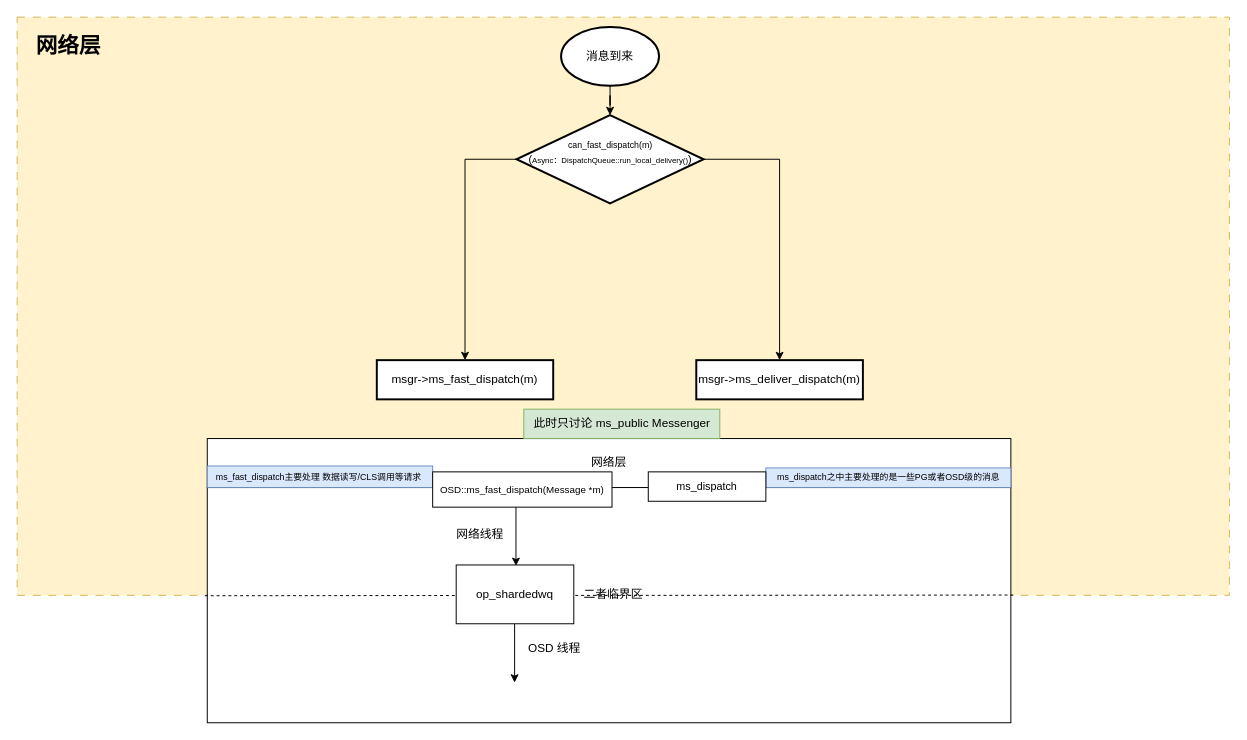
This is OSD.drawio from 1253757553/drawIO, a draw.io file, before an edit. Source tidied: cells renumbered, new cells numbered last; positions are measured from the earlier drawing's top-left corner, leaving out a move shared by most shapes. Both pictures are drawn from the tidied source at 98%, with x=0, y=0 at pixel (17, 17).
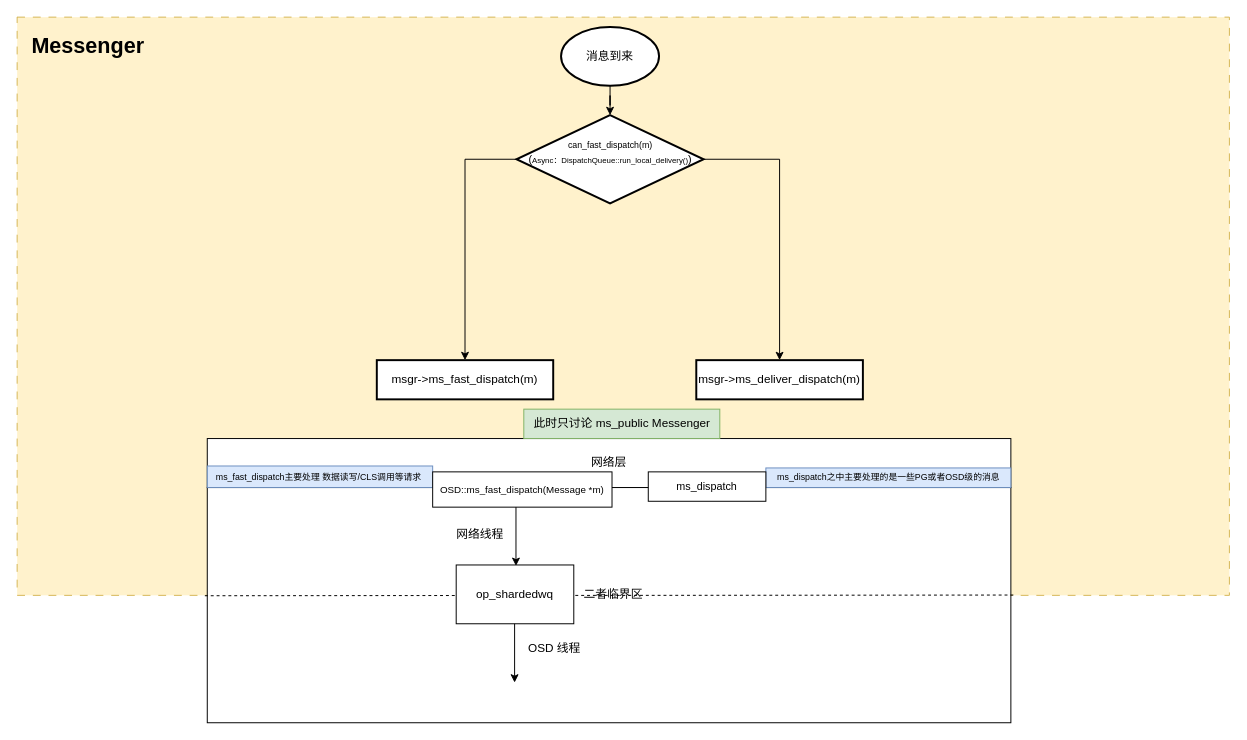
After the change.

Diff of the diagram source:
```diff
@@
-    <mxCell id="25" value="网络层" style="text;html=1;align=center;verticalAlign=middle;strokeColor=none;fillColor=none;fontSize=22;fontStyle=1;" parent="1" vertex="1">
-      <mxGeometry x="7" y="10" width="90" height="40" as="geometry" />
+    <mxCell id="25" value="Messenger" style="text;html=1;align=center;verticalAlign=middle;strokeColor=none;fillColor=none;fontSize=22;fontStyle=1;" parent="1" vertex="1">
+      <mxGeometry x="7" y="10" width="130" height="40" as="geometry" />
     </mxCell>
```
